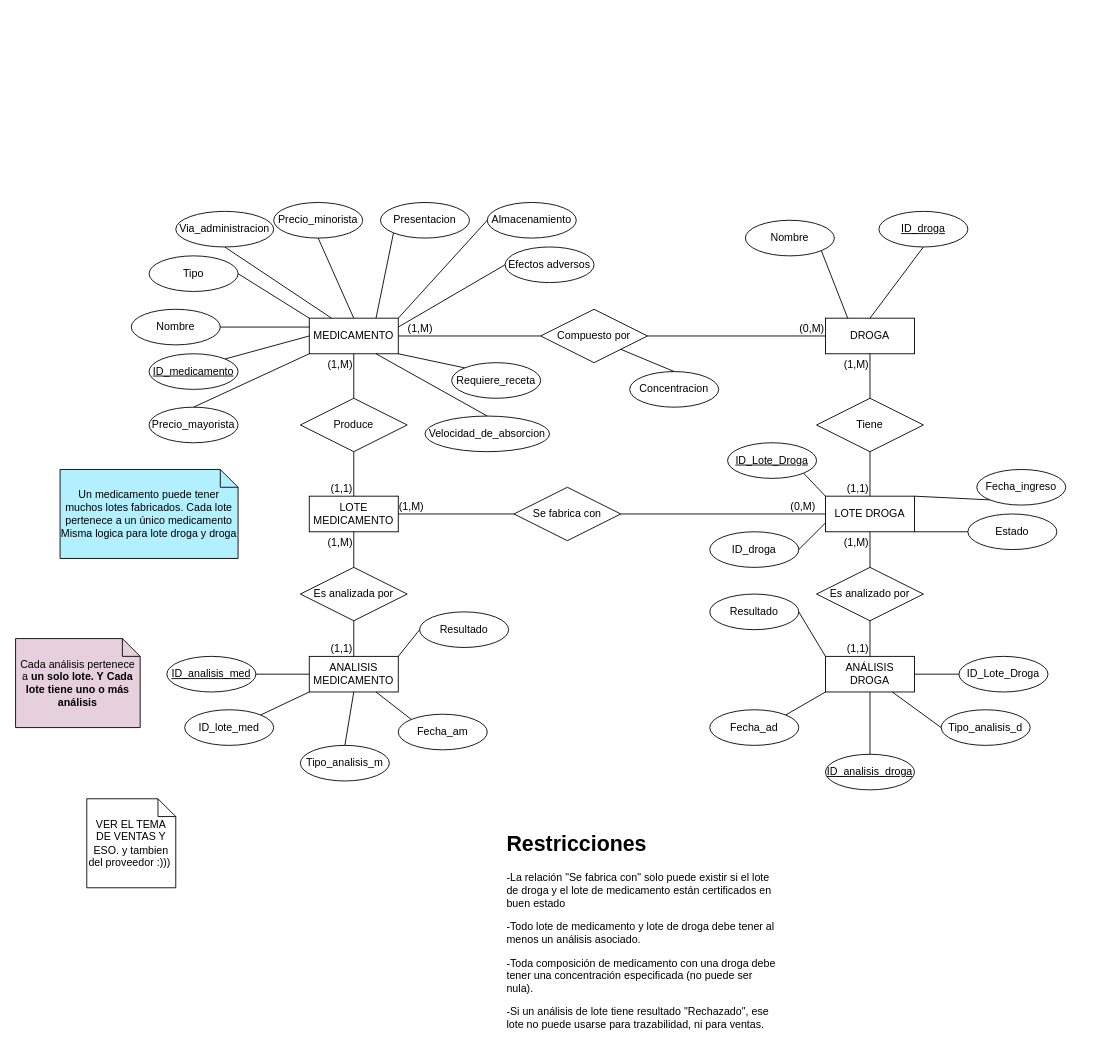
melxtear/TP_Grupo1_BD keeps this draw.io diagram as TP_BD_Grupo1.drawio. Above is the earlier version. Source tidied: cells renumbered, new cells numbered last; positions are measured from the earlier drawing's top-left corner, leaving out a move shared by most shapes. Both pictures are drawn from the tidied source at 89%, with x=0, y=0 at pixel (15, 202).
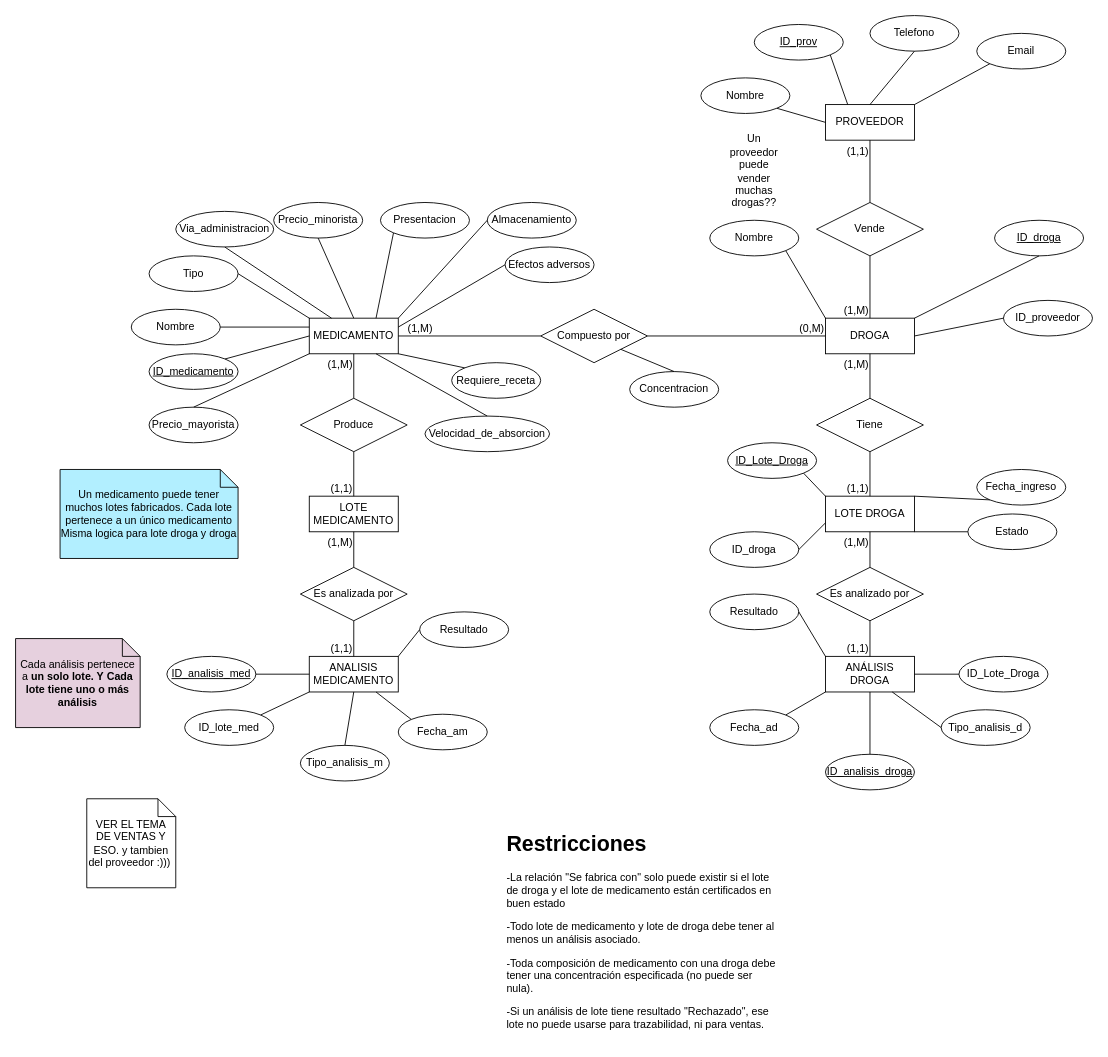
Above is the later version.

Unchanged cells that the change refers to:
```xml
<mxCell id="25" value="DROGA" style="whiteSpace=wrap;html=1;align=center;" parent="1" vertex="1">
  <mxGeometry x="910" y="130" width="100" height="40" as="geometry" />
</mxCell>
<mxCell id="30" value="LOTE DROGA" style="whiteSpace=wrap;html=1;align=center;" parent="1" vertex="1">
  <mxGeometry x="910" y="330" width="100" height="40" as="geometry" />
</mxCell>
<mxCell id="51" value="LOTE MEDICAMENTO" style="whiteSpace=wrap;html=1;align=center;" parent="1" vertex="1">
  <mxGeometry x="330" y="330" width="100" height="40" as="geometry" />
</mxCell>
```

Change to the diagram source:
```diff
@@
     <mxCell id="26" value="ID_droga" style="ellipse;whiteSpace=wrap;html=1;align=center;fontStyle=4;" parent="1" vertex="1">
-      <mxGeometry x="970" y="10" width="100" height="40" as="geometry" />
+      <mxGeometry x="1100" y="20" width="100" height="40" as="geometry" />
     </mxCell>
-    <mxCell id="27" style="endArrow=none;html=1;rounded=0;exitX=0.5;exitY=1;exitDx=0;exitDy=0;entryX=0.5;entryY=0;entryDx=0;entryDy=0;" parent="1" edge="1" source="26" target="25">
+    <mxCell id="27" style="endArrow=none;html=1;rounded=0;exitX=0.5;exitY=1;exitDx=0;exitDy=0;entryX=1;entryY=0;entryDx=0;entryDy=0;" parent="1" edge="1" source="26" target="25">
       <mxGeometry relative="1" as="geometry" />
     </mxCell>
     <mxCell id="28" value="Nombre" style="ellipse;whiteSpace=wrap;html=1;align=center;" parent="1" vertex="1">
-      <mxGeometry x="820" y="20" width="100" height="40" as="geometry" />
+      <mxGeometry x="780" y="20" width="100" height="40" as="geometry" />
     </mxCell>
-    <mxCell id="29" style="endArrow=none;html=1;rounded=0;exitX=1;exitY=1;exitDx=0;exitDy=0;entryX=0.25;entryY=0;entryDx=0;entryDy=0;" parent="1" edge="1" source="28" target="25">
+    <mxCell id="29" style="endArrow=none;html=1;rounded=0;exitX=1;exitY=1;exitDx=0;exitDy=0;entryX=0;entryY=0;entryDx=0;entryDy=0;" parent="1" edge="1" source="28" target="25">
       <mxGeometry relative="1" as="geometry" />
     </mxCell>
@@
-    <mxCell id="92" value="Se fabrica con" style="shape=rhombus;perimeter=rhombusPerimeter;whiteSpace=wrap;html=1;align=center;" parent="1" vertex="1">
-      <mxGeometry x="560" y="320" width="120" height="60" as="geometry" />
-    </mxCell>
-    <mxCell id="93" style="endArrow=none;html=1;rounded=0;entryX=1;entryY=0.5;entryDx=0;entryDy=0;exitX=0;exitY=0.5;exitDx=0;exitDy=0;" parent="1" edge="1" source="92" target="51">
-      <mxGeometry relative="1" as="geometry" />
-    </mxCell>
+    <mxCell id="97" value="&lt;h1 style=&quot;margin-top: 0px;&quot;&gt;Restricciones&lt;/h1&gt;&lt;p&gt;-La relación &quot;Se fabrica con&quot; solo puede existir si el lote de droga y el lote de medicamento están certificados en buen estado&amp;nbsp;&lt;/p&gt;&lt;p&gt;-Todo lote de medicamento y lote de droga debe tener al menos un análisis asociado.&lt;/p&gt;&lt;p&gt;-Toda composición de medicamento con una droga debe tener una concentración especificada (no puede ser nula).&lt;/p&gt;&lt;p&gt;-Si un análisis de lote tiene resultado &quot;Rechazado&quot;, ese lote no puede usarse para trazabilidad, ni para ventas.&lt;/p&gt;" style="text;html=1;whiteSpace=wrap;overflow=hidden;rounded=0;" parent="1" vertex="1">
+      <mxGeometry x="550" y="700" width="310" height="240" as="geometry" />
+    </mxCell>
+    <mxCell id="98" value="PROVEEDOR" style="whiteSpace=wrap;html=1;align=center;" parent="1" vertex="1">
+      <mxGeometry x="910" y="-110" width="100" height="40" as="geometry" />
+    </mxCell>
+    <mxCell id="99" style="edgeStyle=orthogonalEdgeStyle;rounded=0;orthogonalLoop=1;jettySize=auto;html=1;exitX=0.5;exitY=1;exitDx=0;exitDy=0;" parent="1" edge="1" source="28" target="28">
+      <mxGeometry relative="1" as="geometry" />
+    </mxCell>
+    <mxCell id="100" value="Vende" style="shape=rhombus;perimeter=rhombusPerimeter;whiteSpace=wrap;html=1;align=center;" parent="1" vertex="1">
+      <mxGeometry x="900" width="120" height="60" as="geometry" />
+    </mxCell>
+    <mxCell id="101" style="endArrow=none;html=1;rounded=0;entryX=0.5;entryY=1;entryDx=0;entryDy=0;exitX=0.5;exitY=0;exitDx=0;exitDy=0;" parent="1" edge="1" source="100" target="98">
+      <mxGeometry relative="1" as="geometry" />
+    </mxCell>
+    <mxCell id="102" value="(1,1)" style="html=1;whiteSpace=wrap;align=right;verticalAlign=bottom;" parent="101" vertex="1">
+      <mxGeometry x="1" relative="1" as="geometry">
+        <mxPoint y="21" as="offset" />
+      </mxGeometry>
+    </mxCell>
+    <mxCell id="103" style="endArrow=none;html=1;rounded=0;entryX=0.5;entryY=0;entryDx=0;entryDy=0;exitX=0.5;exitY=1;exitDx=0;exitDy=0;" parent="1" edge="1" source="100" target="25">
+      <mxGeometry relative="1" as="geometry" />
+    </mxCell>
-    <mxCell id="94" value="(1,M)" style="html=1;whiteSpace=wrap;align=right;verticalAlign=bottom;" parent="93" vertex="1">
-      <mxGeometry x="1" relative="1" as="geometry">
-        <mxPoint x="30" as="offset" />
-      </mxGeometry>
+    <mxCell id="94" value="(1,M)" style="html=1;whiteSpace=wrap;align=right;verticalAlign=bottom;" parent="103" vertex="1">
+      <mxGeometry x="1" relative="1" as="geometry" />
     </mxCell>
-    <mxCell id="95" style="endArrow=none;html=1;rounded=0;entryX=0;entryY=0.5;entryDx=0;entryDy=0;exitX=1;exitY=0.5;exitDx=0;exitDy=0;" parent="1" edge="1" source="92" target="30">
-      <mxGeometry relative="1" as="geometry" />
-    </mxCell>
-    <mxCell id="96" value="(0,M)" style="html=1;whiteSpace=wrap;align=right;verticalAlign=bottom;" parent="95" vertex="1">
-      <mxGeometry x="1" relative="1" as="geometry">
-        <mxPoint x="-10" as="offset" />
-      </mxGeometry>
-    </mxCell>
-    <mxCell id="97" value="&lt;h1 style=&quot;margin-top: 0px;&quot;&gt;Restricciones&lt;/h1&gt;&lt;p&gt;-La relación &quot;Se fabrica con&quot; solo puede existir si el lote de droga y el lote de medicamento están certificados en buen estado&amp;nbsp;&lt;/p&gt;&lt;p&gt;-Todo lote de medicamento y lote de droga debe tener al menos un análisis asociado.&lt;/p&gt;&lt;p&gt;-Toda composición de medicamento con una droga debe tener una concentración especificada (no puede ser nula).&lt;/p&gt;&lt;p&gt;-Si un análisis de lote tiene resultado &quot;Rechazado&quot;, ese lote no puede usarse para trazabilidad, ni para ventas.&lt;/p&gt;" style="text;html=1;whiteSpace=wrap;overflow=hidden;rounded=0;" parent="1" vertex="1">
-      <mxGeometry x="550" y="700" width="310" height="240" as="geometry" />
-    </mxCell>
+    <mxCell id="104" value="Un proveedor puede vender muchas drogas??" style="text;html=1;align=center;verticalAlign=middle;whiteSpace=wrap;rounded=0;" parent="1" vertex="1">
+      <mxGeometry x="800" y="-50" width="60" height="30" as="geometry" />
+    </mxCell>
+    <mxCell id="105" value="Nombre" style="ellipse;whiteSpace=wrap;html=1;align=center;" parent="1" vertex="1">
+      <mxGeometry x="770" y="-140" width="100" height="40" as="geometry" />
+    </mxCell>
+    <mxCell id="106" value="ID_prov" style="ellipse;whiteSpace=wrap;html=1;align=center;fontStyle=4;" parent="1" vertex="1">
+      <mxGeometry x="830" y="-200" width="100" height="40" as="geometry" />
+    </mxCell>
+    <mxCell id="107" value="Telefono" style="ellipse;whiteSpace=wrap;html=1;align=center;" parent="1" vertex="1">
+      <mxGeometry x="960" y="-210" width="100" height="40" as="geometry" />
+    </mxCell>
+    <mxCell id="108" value="Email" style="ellipse;whiteSpace=wrap;html=1;align=center;" parent="1" vertex="1">
+      <mxGeometry x="1080" y="-190" width="100" height="40" as="geometry" />
+    </mxCell>
+    <mxCell id="109" style="endArrow=none;html=1;rounded=0;exitX=1;exitY=1;exitDx=0;exitDy=0;entryX=0;entryY=0.5;entryDx=0;entryDy=0;" parent="1" edge="1" source="105" target="98">
+      <mxGeometry relative="1" as="geometry" />
+    </mxCell>
+    <mxCell id="110" value="ID_proveedor" style="ellipse;whiteSpace=wrap;html=1;align=center;" parent="1" vertex="1">
+      <mxGeometry x="1110" y="110" width="100" height="40" as="geometry" />
+    </mxCell>
+    <mxCell id="111" style="endArrow=none;html=1;rounded=0;entryX=0;entryY=0.5;entryDx=0;entryDy=0;exitX=1;exitY=0.5;exitDx=0;exitDy=0;" parent="1" edge="1" source="25" target="110">
+      <mxGeometry relative="1" as="geometry" />
+    </mxCell>
+    <mxCell id="112" style="endArrow=none;html=1;rounded=0;exitX=1;exitY=1;exitDx=0;exitDy=0;entryX=0.25;entryY=0;entryDx=0;entryDy=0;" parent="1" edge="1" source="106" target="98">
+      <mxGeometry relative="1" as="geometry" />
+    </mxCell>
+    <mxCell id="113" style="endArrow=none;html=1;rounded=0;exitX=0.5;exitY=1;exitDx=0;exitDy=0;entryX=0.5;entryY=0;entryDx=0;entryDy=0;" parent="1" edge="1" source="107" target="98">
+      <mxGeometry relative="1" as="geometry" />
+    </mxCell>
+    <mxCell id="114" style="endArrow=none;html=1;rounded=0;entryX=0;entryY=1;entryDx=0;entryDy=0;exitX=1;exitY=0;exitDx=0;exitDy=0;" parent="1" edge="1" source="98" target="108">
+      <mxGeometry relative="1" as="geometry" />
+    </mxCell>
```
